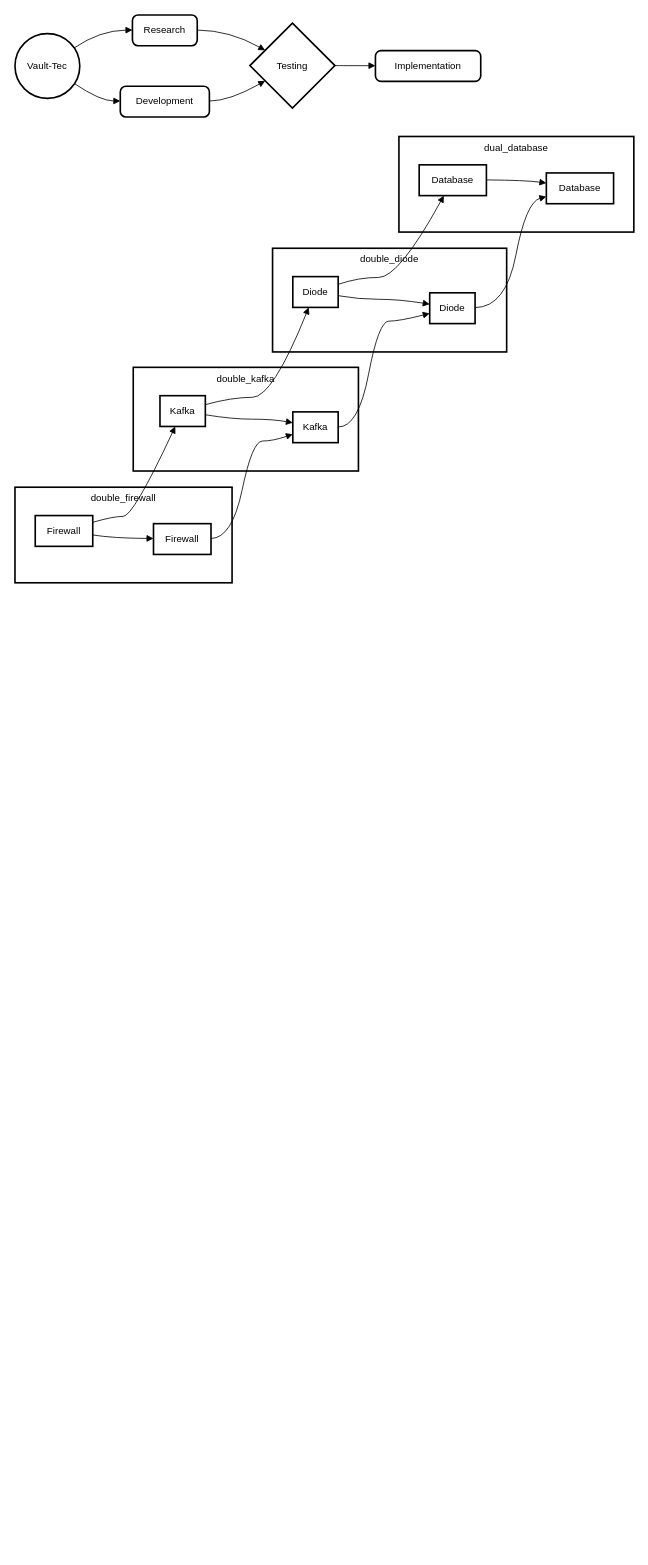
Before: security-template/vaulttec.drawio in frozenproof/dactaphanmem, a draw.io diagram. Source tidied: cells renumbered, new cells numbered last; positions are measured from the earlier drawing's top-left corner, leaving out a move shared by most shapes. Both pictures are drawn from the tidied source at 81%, with x=0, y=0 at pixel (15, 15).
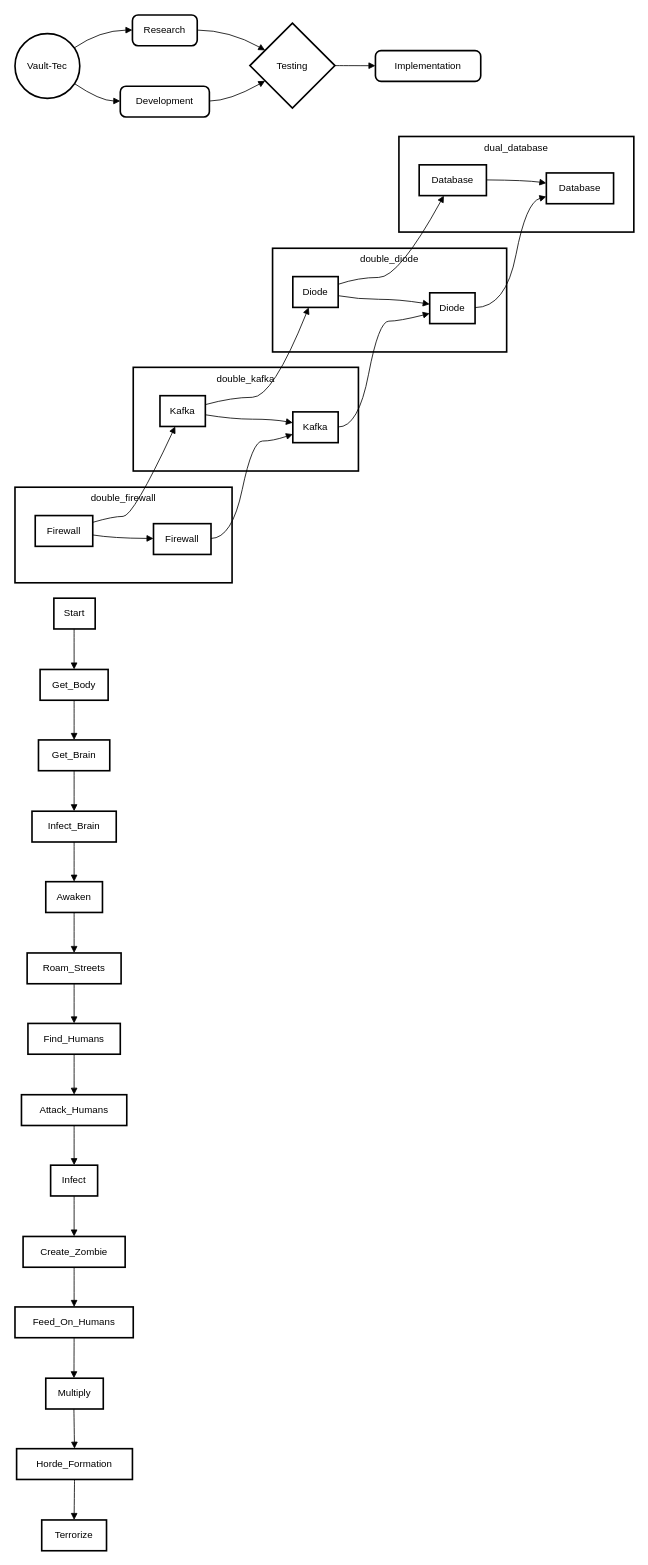
After the change.

Diff of the diagram source:
```diff
@@
+    <mxCell id="34" value="Start" style="whiteSpace=wrap;strokeWidth=2;" parent="1" vertex="1">
+      <mxGeometry x="48" y="720" width="51" height="38" as="geometry" />
+    </mxCell>
+    <mxCell id="35" value="Get_Body" style="whiteSpace=wrap;strokeWidth=2;" parent="1" vertex="1">
+      <mxGeometry x="31" y="808" width="84" height="38" as="geometry" />
+    </mxCell>
+    <mxCell id="36" value="Get_Brain" style="whiteSpace=wrap;strokeWidth=2;" parent="1" vertex="1">
+      <mxGeometry x="29" y="895" width="88" height="38" as="geometry" />
+    </mxCell>
+    <mxCell id="37" value="Infect_Brain" style="whiteSpace=wrap;strokeWidth=2;" parent="1" vertex="1">
+      <mxGeometry x="21" y="983" width="104" height="38" as="geometry" />
+    </mxCell>
+    <mxCell id="38" value="Awaken" style="whiteSpace=wrap;strokeWidth=2;" parent="1" vertex="1">
+      <mxGeometry x="38" y="1070" width="70" height="38" as="geometry" />
+    </mxCell>
+    <mxCell id="39" value="Roam_Streets" style="whiteSpace=wrap;strokeWidth=2;" parent="1" vertex="1">
+      <mxGeometry x="15" y="1158" width="116" height="38" as="geometry" />
+    </mxCell>
+    <mxCell id="40" value="Find_Humans" style="whiteSpace=wrap;strokeWidth=2;" parent="1" vertex="1">
+      <mxGeometry x="16" y="1245" width="114" height="38" as="geometry" />
+    </mxCell>
+    <mxCell id="41" value="Attack_Humans" style="whiteSpace=wrap;strokeWidth=2;" parent="1" vertex="1">
+      <mxGeometry x="8" y="1333" width="130" height="38" as="geometry" />
+    </mxCell>
+    <mxCell id="42" value="Infect" style="whiteSpace=wrap;strokeWidth=2;" parent="1" vertex="1">
+      <mxGeometry x="44" y="1420" width="58" height="38" as="geometry" />
+    </mxCell>
+    <mxCell id="43" value="Create_Zombie" style="whiteSpace=wrap;strokeWidth=2;" parent="1" vertex="1">
+      <mxGeometry x="10" y="1508" width="126" height="38" as="geometry" />
+    </mxCell>
+    <mxCell id="44" value="Feed_On_Humans" style="whiteSpace=wrap;strokeWidth=2;" parent="1" vertex="1">
+      <mxGeometry y="1595" width="146" height="38" as="geometry" />
+    </mxCell>
+    <mxCell id="45" value="Multiply" style="whiteSpace=wrap;strokeWidth=2;" parent="1" vertex="1">
+      <mxGeometry x="38" y="1683" width="71" height="38" as="geometry" />
+    </mxCell>
+    <mxCell id="46" value="Horde_Formation" style="whiteSpace=wrap;strokeWidth=2;" parent="1" vertex="1">
+      <mxGeometry x="2" y="1770" width="143" height="38" as="geometry" />
+    </mxCell>
+    <mxCell id="47" value="Terrorize" style="whiteSpace=wrap;strokeWidth=2;" parent="1" vertex="1">
+      <mxGeometry x="33" y="1858" width="80" height="38" as="geometry" />
+    </mxCell>
+    <mxCell id="48" style="curved=1;startArrow=none;endArrow=block;exitX=0.49;exitY=0.99;entryX=0.5;entryY=-0.01;rounded=0;" parent="1" edge="1" source="34" target="35">
+      <mxGeometry relative="1" as="geometry" />
+    </mxCell>
+    <mxCell id="49" style="curved=1;startArrow=none;endArrow=block;exitX=0.5;exitY=0.97;entryX=0.5;entryY=0;rounded=0;" parent="1" edge="1" source="35" target="36">
+      <mxGeometry relative="1" as="geometry" />
+    </mxCell>
+    <mxCell id="50" style="curved=1;startArrow=none;endArrow=block;exitX=0.5;exitY=0.99;entryX=0.5;entryY=-0.01;rounded=0;" parent="1" edge="1" source="36" target="37">
+      <mxGeometry relative="1" as="geometry" />
+    </mxCell>
+    <mxCell id="51" style="curved=1;startArrow=none;endArrow=block;exitX=0.5;exitY=0.97;entryX=0.5;entryY=0;rounded=0;" parent="1" edge="1" source="37" target="38">
+      <mxGeometry relative="1" as="geometry" />
+    </mxCell>
+    <mxCell id="52" style="curved=1;startArrow=none;endArrow=block;exitX=0.5;exitY=0.99;entryX=0.5;entryY=-0.01;rounded=0;" parent="1" edge="1" source="38" target="39">
+      <mxGeometry relative="1" as="geometry" />
+    </mxCell>
+    <mxCell id="53" style="curved=1;startArrow=none;endArrow=block;exitX=0.5;exitY=0.97;entryX=0.5;entryY=0;rounded=0;" parent="1" edge="1" source="39" target="40">
+      <mxGeometry relative="1" as="geometry" />
+    </mxCell>
+    <mxCell id="54" style="curved=1;startArrow=none;endArrow=block;exitX=0.5;exitY=0.99;entryX=0.5;entryY=-0.01;rounded=0;" parent="1" edge="1" source="40" target="41">
+      <mxGeometry relative="1" as="geometry" />
+    </mxCell>
+    <mxCell id="55" style="curved=1;startArrow=none;endArrow=block;exitX=0.5;exitY=0.97;entryX=0.5;entryY=0;rounded=0;" parent="1" edge="1" source="41" target="42">
+      <mxGeometry relative="1" as="geometry" />
+    </mxCell>
+    <mxCell id="56" style="curved=1;startArrow=none;endArrow=block;exitX=0.5;exitY=0.99;entryX=0.5;entryY=-0.01;rounded=0;" parent="1" edge="1" source="42" target="43">
+      <mxGeometry relative="1" as="geometry" />
+    </mxCell>
+    <mxCell id="57" style="curved=1;startArrow=none;endArrow=block;exitX=0.5;exitY=0.97;entryX=0.5;entryY=0;rounded=0;" parent="1" edge="1" source="43" target="44">
+      <mxGeometry relative="1" as="geometry" />
+    </mxCell>
+    <mxCell id="58" style="curved=1;startArrow=none;endArrow=block;exitX=0.5;exitY=0.99;entryX=0.49;entryY=-0.01;rounded=0;" parent="1" edge="1" source="44" target="45">
+      <mxGeometry relative="1" as="geometry" />
+    </mxCell>
+    <mxCell id="59" style="curved=1;startArrow=none;endArrow=block;exitX=0.49;exitY=0.97;entryX=0.5;entryY=0;rounded=0;" parent="1" edge="1" source="45" target="46">
+      <mxGeometry relative="1" as="geometry" />
+    </mxCell>
+    <mxCell id="60" style="curved=1;startArrow=none;endArrow=block;exitX=0.5;exitY=0.99;entryX=0.5;entryY=-0.01;rounded=0;" parent="1" edge="1" source="46" target="47">
+      <mxGeometry relative="1" as="geometry" />
+    </mxCell>
```
